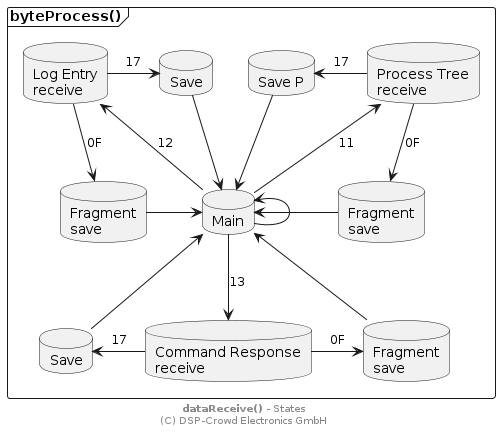
Before: doc/system/byte-process_states_1.png, a diagram exported from PlantUML (NoOrientationProgramming/code-orb).
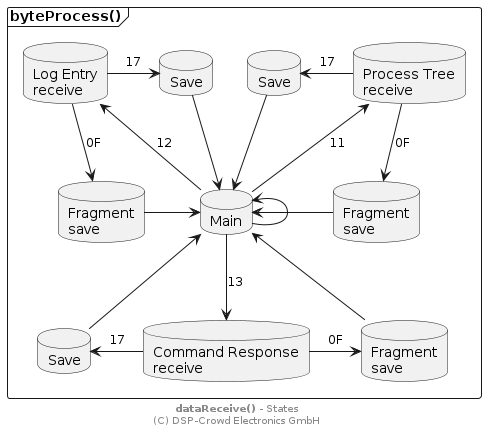
The same diagram one commit later.

Diff of the diagram source:
```diff
@@ -15,7 +15,7 @@
   database "Save" as sCmdSave
   database "Fragment\nsave" as sCmdFrag
 
-  database "Save P" as sProcSave
+  database "Save" as sProcSave
   database "Fragment\nsave" as sProcFrag
 }
 
```
